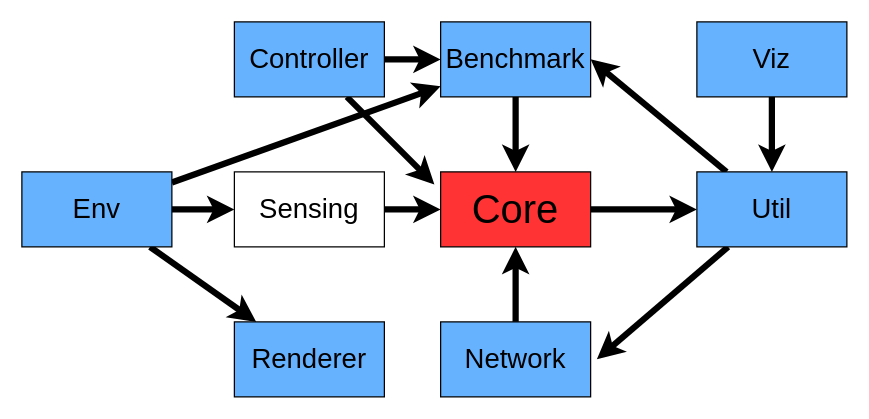
Before: _data/Untitled Diagram.drawio in swsamleo/wei_shao.github.io, a draw.io diagram. Source tidied: cells renumbered, new cells numbered last; positions are measured from the earlier drawing's top-left corner, leaving out a move shared by most shapes. Both pictures are drawn from the tidied source at 125%, with x=0, y=0 at pixel (21, 21).
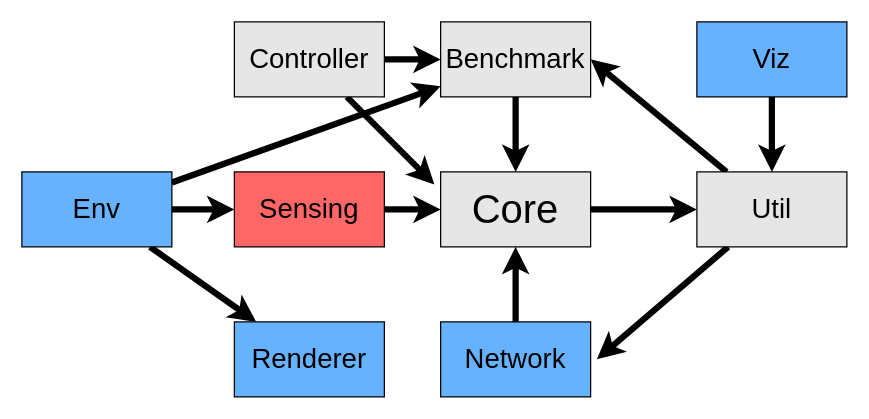
The same page after the edit.

What changed in the source:
```diff
@@
-    <mxCell id="3" value="&lt;font style=&quot;font-size: 32px&quot;&gt;Core&lt;/font&gt;" style="rounded=0;whiteSpace=wrap;html=1;shadow=0;glass=0;sketch=0;imageWidth=24;arcSize=12;fillColor=#FF3333;" parent="1" vertex="1">
+    <mxCell id="3" value="&lt;font style=&quot;font-size: 32px&quot;&gt;Core&lt;/font&gt;" style="rounded=0;whiteSpace=wrap;html=1;shadow=0;glass=0;sketch=0;imageWidth=24;arcSize=12;fillColor=#E6E6E6;gradientColor=none;" parent="1" vertex="1">
       <mxGeometry x="335" y="120" width="120" height="60" as="geometry" />
     </mxCell>
@@
-    <mxCell id="5" value="&lt;font style=&quot;font-size: 22px&quot;&gt;Benchmark&lt;/font&gt;" style="rounded=0;whiteSpace=wrap;html=1;shadow=0;glass=0;sketch=0;imageWidth=24;arcSize=12;fillColor=#66B2FF;" parent="1" vertex="1">
+    <mxCell id="5" value="&lt;font style=&quot;font-size: 22px&quot;&gt;Benchmark&lt;/font&gt;" style="rounded=0;whiteSpace=wrap;html=1;shadow=0;glass=0;sketch=0;imageWidth=24;arcSize=12;fillColor=#E6E6E6;strokeColor=#000000;" parent="1" vertex="1">
       <mxGeometry x="335" width="120" height="60" as="geometry" />
     </mxCell>
@@
-    <mxCell id="8" value="&lt;font style=&quot;font-size: 22px&quot;&gt;Util&lt;/font&gt;" style="rounded=0;whiteSpace=wrap;html=1;shadow=0;glass=0;sketch=0;imageWidth=24;arcSize=12;fillColor=#66B2FF;" parent="1" vertex="1">
+    <mxCell id="8" value="&lt;font style=&quot;font-size: 22px&quot;&gt;Util&lt;/font&gt;" style="rounded=0;whiteSpace=wrap;html=1;shadow=0;glass=0;sketch=0;imageWidth=24;arcSize=12;fillColor=#E6E6E6;" parent="1" vertex="1">
       <mxGeometry x="540" y="120" width="120" height="60" as="geometry" />
     </mxCell>
@@
-    <mxCell id="20" value="&lt;span style=&quot;font-size: 22px&quot;&gt;Controller&lt;/span&gt;" style="rounded=0;whiteSpace=wrap;html=1;shadow=0;glass=0;sketch=0;imageWidth=24;arcSize=12;fillColor=#66B2FF;" parent="1" vertex="1">
+    <mxCell id="20" value="&lt;span style=&quot;font-size: 22px&quot;&gt;Controller&lt;/span&gt;" style="rounded=0;whiteSpace=wrap;html=1;shadow=0;glass=0;sketch=0;imageWidth=24;arcSize=12;fillColor=#E6E6E6;" parent="1" vertex="1">
       <mxGeometry x="170" width="120" height="60" as="geometry" />
     </mxCell>
@@
-    <mxCell id="22" value="&lt;span style=&quot;font-size: 22px&quot;&gt;Sensing&lt;br&gt;&lt;/span&gt;" style="rounded=0;whiteSpace=wrap;html=1;shadow=0;glass=0;sketch=0;imageWidth=24;arcSize=12;fillColor=#FFFFFF;" parent="1" vertex="1">
+    <mxCell id="22" value="&lt;span style=&quot;font-size: 22px&quot;&gt;Sensing&lt;br&gt;&lt;/span&gt;" style="rounded=0;whiteSpace=wrap;html=1;shadow=0;glass=0;sketch=0;imageWidth=24;arcSize=12;fillColor=#FF6666;" parent="1" vertex="1">
       <mxGeometry x="170" y="120" width="120" height="60" as="geometry" />
     </mxCell>
```
